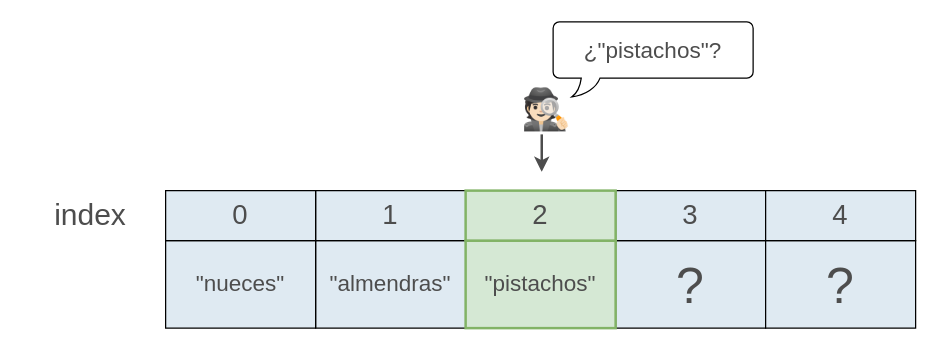
Above: page "paso_3" (4 of 4) of teoria/04_estructuras_y_algoritmos/imgs/arreglo_busqueda.drawio in ee-unr/programacion-2 (draw.io), before the change. Source tidied: cells renumbered, new cells numbered last; positions are measured from the earlier drawing's top-left corner, leaving out a move shared by most shapes. Both pictures are drawn from the tidied source at 125%, with x=0, y=0 at pixel (21, 21). Pictures stored in the file or linked from it are replaced by grey dashed boxes.
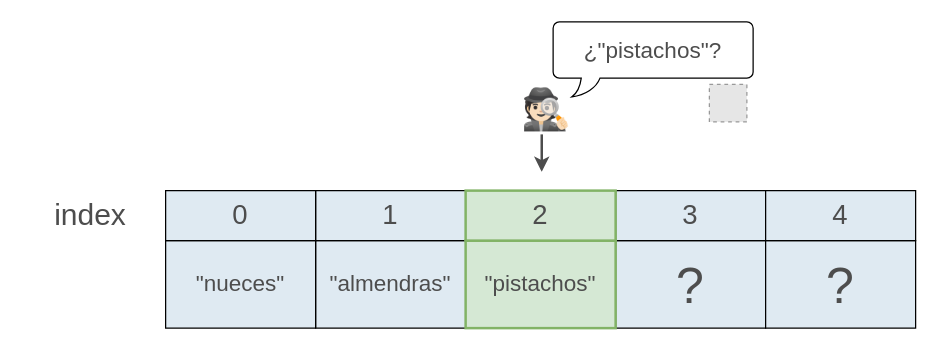
The same page after the edit.

Diff of the diagram source:
```diff
@@
 <mxGraphModel>
   <root>
     <mxCell id="0" />
     <mxCell id="1" parent="0" />
     <mxCell id="2" value="&lt;font style=&quot;font-size: 24px;&quot;&gt;index&lt;/font&gt;" style="text;html=1;align=center;verticalAlign=middle;whiteSpace=wrap;rounded=0;fontSize=16;fontFamily=Cascadia Code;fontColor=#4D4D4D;" parent="1" vertex="1">
       <mxGeometry y="130" width="110" height="50" as="geometry" />
     </mxCell>
     <mxCell id="3" value="&lt;span style=&quot;color: rgb(77, 77, 77); font-family: &amp;quot;Cascadia Code&amp;quot;; font-size: 18px;&quot;&gt;&quot;almendras&quot;&lt;/span&gt;" style="rounded=0;whiteSpace=wrap;html=1;strokeWidth=1;fillColor=#DFEAF2;" parent="1" vertex="1">
       <mxGeometry x="235" y="175" width="120" height="70" as="geometry" />
     </mxCell>
     <mxCell id="4" value="&lt;font face=&quot;Cascadia Code&quot; style=&quot;color: rgb(77, 77, 77);&quot;&gt;1&lt;/font&gt;" style="rounded=0;whiteSpace=wrap;html=1;strokeWidth=1;fillColor=#DFEAF2;fontSize=22;" parent="1" vertex="1">
       <mxGeometry x="235" y="135" width="120" height="40" as="geometry" />
     </mxCell>
     <mxCell id="5" value="&lt;span style=&quot;color: rgb(77, 77, 77); font-family: &amp;quot;Cascadia Code&amp;quot;; font-size: 40px;&quot;&gt;?&lt;/span&gt;" style="rounded=0;whiteSpace=wrap;html=1;strokeWidth=1;fillColor=#DFEAF2;" parent="1" vertex="1">
       <mxGeometry x="475" y="175" width="120" height="70" as="geometry" />
     </mxCell>
     <mxCell id="6" value="&lt;font face=&quot;Cascadia Code&quot; style=&quot;color: rgb(77, 77, 77);&quot;&gt;3&lt;/font&gt;" style="rounded=0;whiteSpace=wrap;html=1;strokeWidth=1;fillColor=#DFEAF2;fontSize=22;" parent="1" vertex="1">
       <mxGeometry x="475" y="135" width="120" height="40" as="geometry" />
     </mxCell>
     <mxCell id="7" value="&lt;span style=&quot;color: rgb(77, 77, 77); font-family: &amp;quot;Cascadia Code&amp;quot;; font-size: 40px;&quot;&gt;?&lt;/span&gt;" style="rounded=0;whiteSpace=wrap;html=1;strokeWidth=1;fillColor=#DFEAF2;" parent="1" vertex="1">
       <mxGeometry x="595" y="175" width="120" height="70" as="geometry" />
     </mxCell>
     <mxCell id="8" value="&lt;font face=&quot;Cascadia Code&quot; style=&quot;color: rgb(77, 77, 77);&quot;&gt;4&lt;/font&gt;" style="rounded=0;whiteSpace=wrap;html=1;strokeWidth=1;fillColor=#DFEAF2;fontSize=22;" parent="1" vertex="1">
       <mxGeometry x="595" y="135" width="120" height="40" as="geometry" />
     </mxCell>
     <mxCell id="9" value="&lt;span style=&quot;color: rgb(77, 77, 77); font-family: &amp;quot;Cascadia Code&amp;quot;; font-size: 18px;&quot;&gt;&quot;nueces&quot;&lt;/span&gt;" style="rounded=0;whiteSpace=wrap;html=1;strokeWidth=1;fillColor=#DFEAF2;" parent="1" vertex="1">
       <mxGeometry x="115" y="175" width="120" height="70" as="geometry" />
     </mxCell>
     <mxCell id="10" value="&lt;font style=&quot;color: rgb(77, 77, 77);&quot; face=&quot;Cascadia Code&quot;&gt;0&lt;/font&gt;" style="rounded=0;whiteSpace=wrap;html=1;strokeWidth=1;fillColor=#DFEAF2;fontSize=22;" parent="1" vertex="1">
       <mxGeometry x="115" y="135" width="120" height="40" as="geometry" />
     </mxCell>
     <mxCell id="11" value="&lt;span style=&quot;color: rgb(77, 77, 77); font-family: &amp;quot;Cascadia Code&amp;quot;; font-size: 18px;&quot;&gt;&quot;pistachos&quot;&lt;/span&gt;" style="rounded=0;whiteSpace=wrap;html=1;strokeWidth=2;fillColor=#d5e8d4;strokeColor=#82b366;" parent="1" vertex="1">
       <mxGeometry x="355" y="175" width="120" height="70" as="geometry" />
     </mxCell>
     <mxCell id="12" value="&lt;font style=&quot;color: rgb(77, 77, 77);&quot; face=&quot;Cascadia Code&quot;&gt;2&lt;/font&gt;" style="rounded=0;whiteSpace=wrap;html=1;strokeWidth=2;fillColor=#d5e8d4;fontSize=22;strokeColor=#82b366;" parent="1" vertex="1">
       <mxGeometry x="355" y="135" width="120" height="40" as="geometry" />
     </mxCell>
     <mxCell id="13" style="group;" parent="1" vertex="1">
       <mxGeometry x="385" width="200" height="120" as="geometry" />
     </mxCell>
     <mxCell id="14" style="group;" parent="13" vertex="1">
       <mxGeometry width="200" height="100" as="geometry" />
     </mxCell>
     <mxCell id="15" value="&lt;font style=&quot;font-size: 32px;&quot;&gt;🕵🏻&lt;/font&gt;" style="text;html=1;align=center;verticalAlign=middle;whiteSpace=wrap;rounded=0;" parent="14" vertex="1">
       <mxGeometry y="40" width="70" height="60" as="geometry" />
     </mxCell>
     <mxCell id="16" value="&lt;font style=&quot;color: rgb(77, 77, 77);&quot;&gt;&lt;span style=&quot;font-family: &amp;quot;Cascadia Code&amp;quot;; font-size: 18px;&quot;&gt;¿&lt;/span&gt;&lt;font style=&quot;font-family: &amp;quot;Cascadia Code&amp;quot;; font-size: 18px; color: rgb(77, 77, 77);&quot;&gt;&quot;pistachos&quot;&lt;/font&gt;&lt;span style=&quot;font-family: &amp;quot;Cascadia Code&amp;quot;; font-size: 18px;&quot;&gt;?&lt;/span&gt;&lt;/font&gt;" style="whiteSpace=wrap;html=1;shape=mxgraph.basic.roundRectCallout;dx=30;dy=15;size=5;boundedLbl=1;" parent="14" vertex="1">
       <mxGeometry x="40" width="160" height="60" as="geometry" />
     </mxCell>
+    <mxCell id="18" style="fillColor=#E6E6E6;strokeColor=#999999;dashed=1;verticalLabelPosition=bottom;labelBackgroundColor=default;verticalAlign=top;" parent="14" vertex="1">
+      <mxGeometry x="165" y="50" width="30" height="30" as="geometry" />
+    </mxCell>
     <mxCell id="17" style="endArrow=classic;html=1;rounded=0;strokeWidth=2;strokeColor=#4D4D4D;" parent="13" edge="1">
       <mxGeometry relative="1" as="geometry">
         <mxPoint x="30.9" y="90" as="sourcePoint" />
         <mxPoint x="30.9" y="120" as="targetPoint" />
       </mxGeometry>
     </mxCell>
   </root>
 </mxGraphModel>
```
